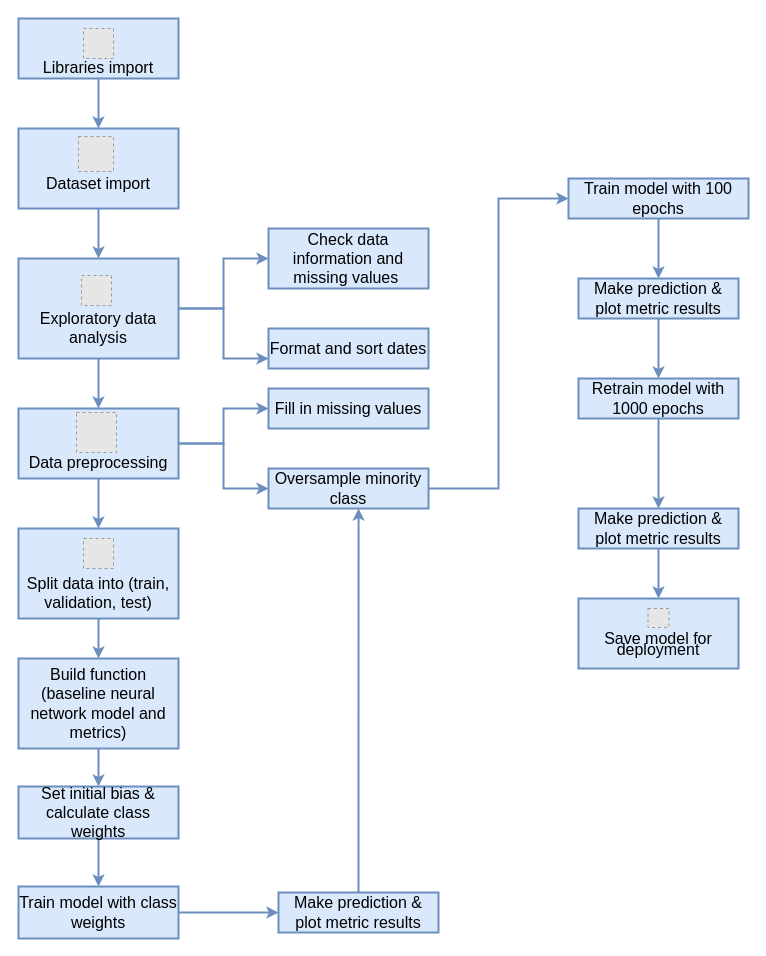
Before: page "Page-2" (1 of 5) of Untitled Diagram.drawio in absheriff/charts, a draw.io diagram. Source tidied: cells renumbered, new cells numbered last; positions are measured from the earlier drawing's top-left corner, leaving out a move shared by most shapes. Both pictures are drawn from the tidied source at 100%, with x=0, y=0 at pixel (18, 18). Pictures stored in the file or linked from it are replaced by grey dashed boxes.
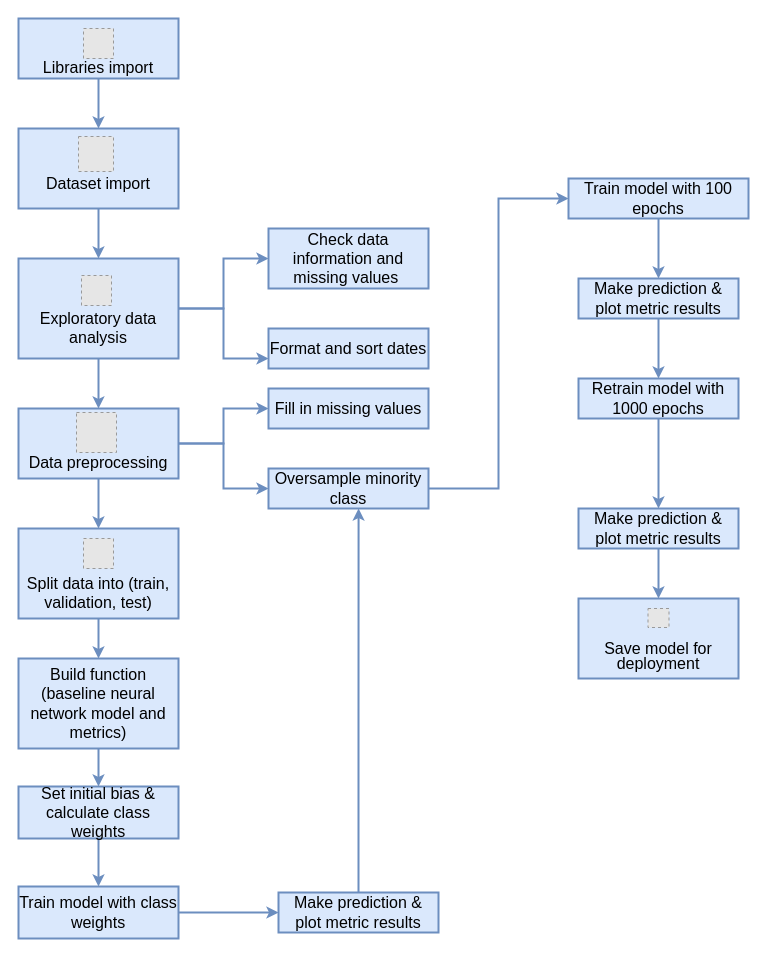
Above is the later version.

Change to the diagram source:
```diff
@@
-    <mxCell id="37" value="&lt;p style=&quot;line-height: 90%;&quot;&gt;&lt;span style=&quot;font-size: 16px;&quot;&gt;&lt;br&gt;&lt;br&gt;Save model for deployment&lt;/span&gt;&lt;/p&gt;" style="rounded=0;whiteSpace=wrap;html=1;arcSize=17;shadow=0;strokeWidth=2;labelBackgroundColor=none;fillColor=#dae8fc;strokeColor=#6c8ebf;" parent="1" vertex="1">
-      <mxGeometry x="560" y="580" width="160" height="70" as="geometry" />
+    <mxCell id="37" value="&lt;p style=&quot;line-height: 111%;&quot;&gt;&lt;span style=&quot;font-size: 16px;&quot;&gt;&lt;br&gt;&lt;br&gt;Save model for deployment&lt;/span&gt;&lt;/p&gt;" style="rounded=0;whiteSpace=wrap;html=1;arcSize=17;shadow=0;strokeWidth=2;labelBackgroundColor=none;fillColor=#dae8fc;strokeColor=#6c8ebf;spacingTop=6;" parent="1" vertex="1">
+      <mxGeometry x="560" y="580" width="160" height="80" as="geometry" />
     </mxCell>
```
